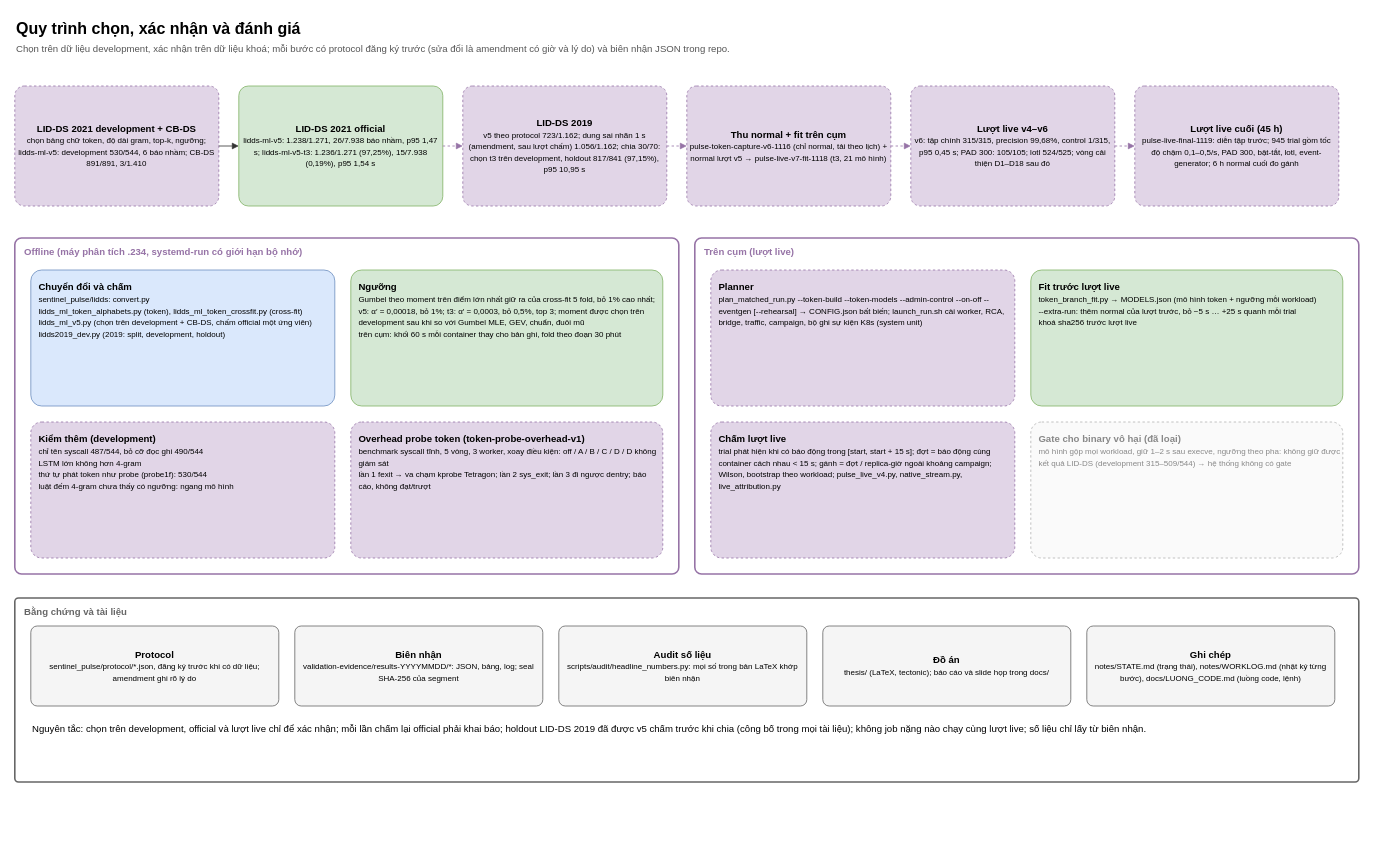
Earlier version of the draw.io diagram page "5. Học và đánh giá" (5 of 5) of docs/architecture/sentinel-pulse-architecture.drawio (tndat-dev/eBPF-project). Source tidied: cells renumbered, new cells numbered last; positions are measured from the earlier drawing's top-left corner, leaving out a move shared by most shapes. Both pictures are drawn from the tidied source at 80%, with x=0, y=0 at pixel (14, 14).
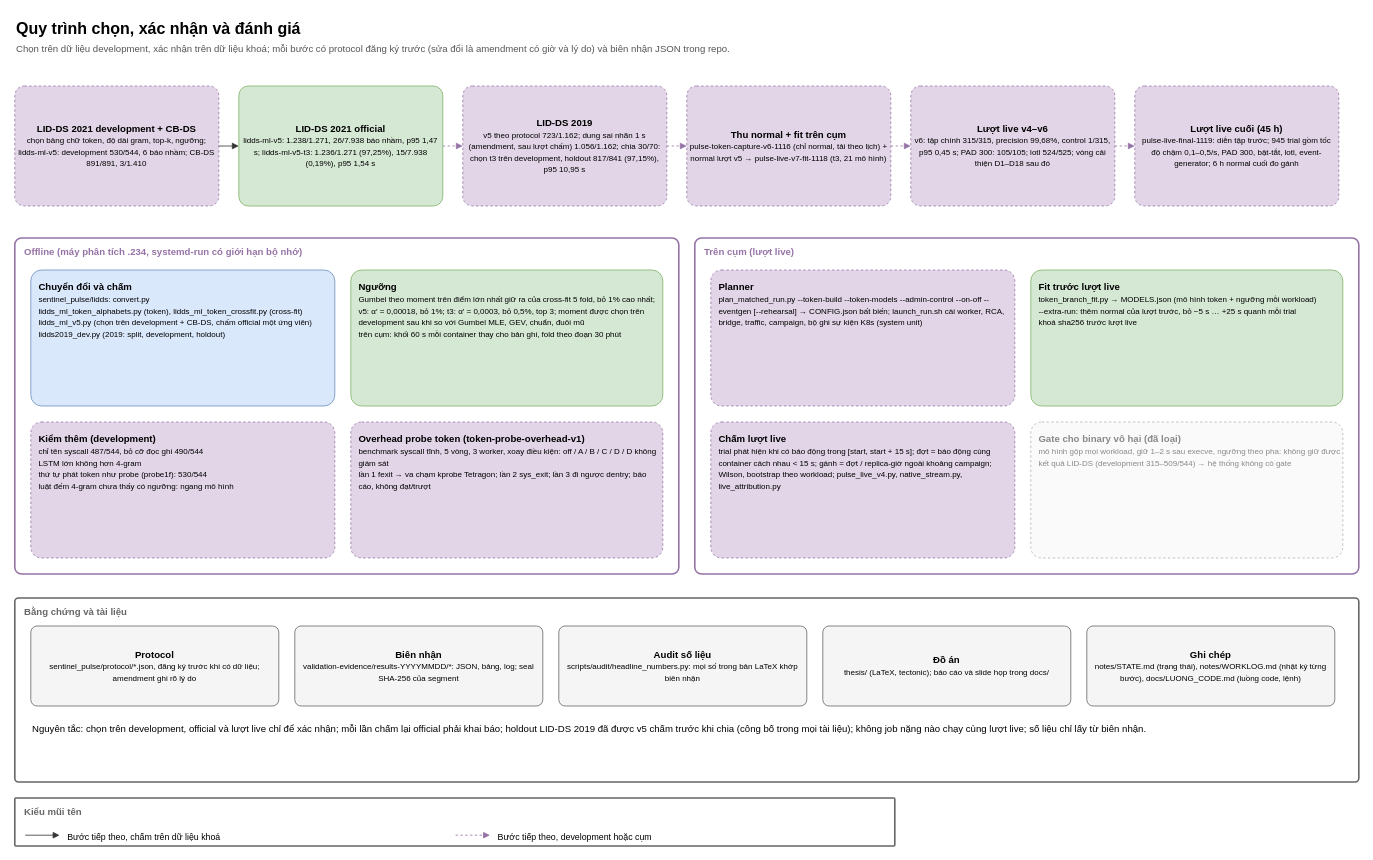
Above is the later version.

What changed in the source:
```diff
@@
+    <mxCell id="32" value="Kiểu mũi tên" style="rounded=1;whiteSpace=wrap;html=1;fillColor=none;strokeColor=#666666;strokeWidth=2;arcSize=2;verticalAlign=top;align=left;spacingLeft=10;spacingTop=4;fontStyle=1;fontSize=12;fontColor=#666666;" parent="1" vertex="1">
+      <mxGeometry y="980" width="1100" height="60" as="geometry" />
+    </mxCell>
+    <mxCell id="33" style="text;html=1;strokeColor=none;fillColor=none;" parent="1" vertex="1">
+      <mxGeometry x="12" y="1026" width="1" height="1" as="geometry" />
+    </mxCell>
+    <mxCell id="34" style="text;html=1;strokeColor=none;fillColor=none;" parent="1" vertex="1">
+      <mxGeometry x="56" y="1026" width="1" height="1" as="geometry" />
+    </mxCell>
+    <mxCell id="35" style="edgeStyle=orthogonalEdgeStyle;rounded=1;html=1;endArrow=block;endFill=1;fontSize=10;labelBackgroundColor=#FFFFFF;strokeColor=#333333;" parent="1" edge="1" source="33" target="34">
+      <mxGeometry relative="1" as="geometry" />
+    </mxCell>
+    <mxCell id="36" value="Bước tiếp theo, chấm trên dữ liệu khoá" style="text;html=1;whiteSpace=wrap;align=left;verticalAlign=top;fontSize=11;" parent="1" vertex="1">
+      <mxGeometry x="64" y="1016" width="482" height="22" as="geometry" />
+    </mxCell>
+    <mxCell id="37" style="text;html=1;strokeColor=none;fillColor=none;" parent="1" vertex="1">
+      <mxGeometry x="550" y="1026" width="1" height="1" as="geometry" />
+    </mxCell>
+    <mxCell id="38" style="text;html=1;strokeColor=none;fillColor=none;" parent="1" vertex="1">
+      <mxGeometry x="594" y="1026" width="1" height="1" as="geometry" />
+    </mxCell>
+    <mxCell id="39" style="edgeStyle=orthogonalEdgeStyle;rounded=1;html=1;endArrow=block;endFill=1;fontSize=10;labelBackgroundColor=#FFFFFF;strokeColor=#9673A6;dashed=1;" parent="1" edge="1" source="37" target="38">
+      <mxGeometry relative="1" as="geometry" />
+    </mxCell>
+    <mxCell id="40" value="Bước tiếp theo, development hoặc cụm" style="text;html=1;whiteSpace=wrap;align=left;verticalAlign=top;fontSize=11;" parent="1" vertex="1">
+      <mxGeometry x="602" y="1016" width="482" height="22" as="geometry" />
+    </mxCell>
```
